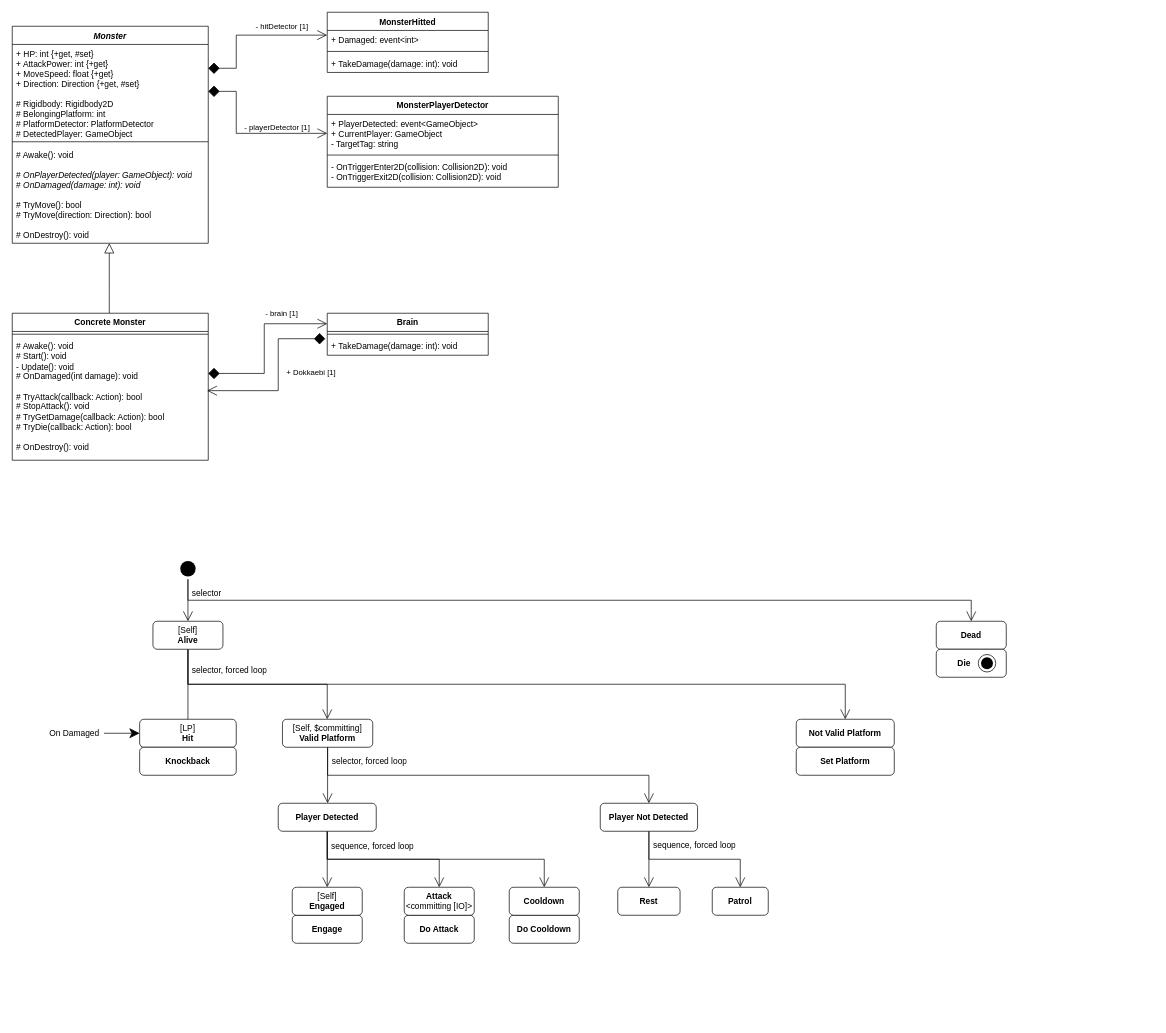
The draw.io diagram Assets/Scripts/Monster/Monster.drawio in clssl15-Org/ProjectH, before the edit. Source tidied: cells renumbered, new cells numbered last; positions are measured from the earlier drawing's top-left corner, leaving out a move shared by most shapes. Both pictures are drawn from the tidied source at 70%, with x=0, y=0 at pixel (12, 12).
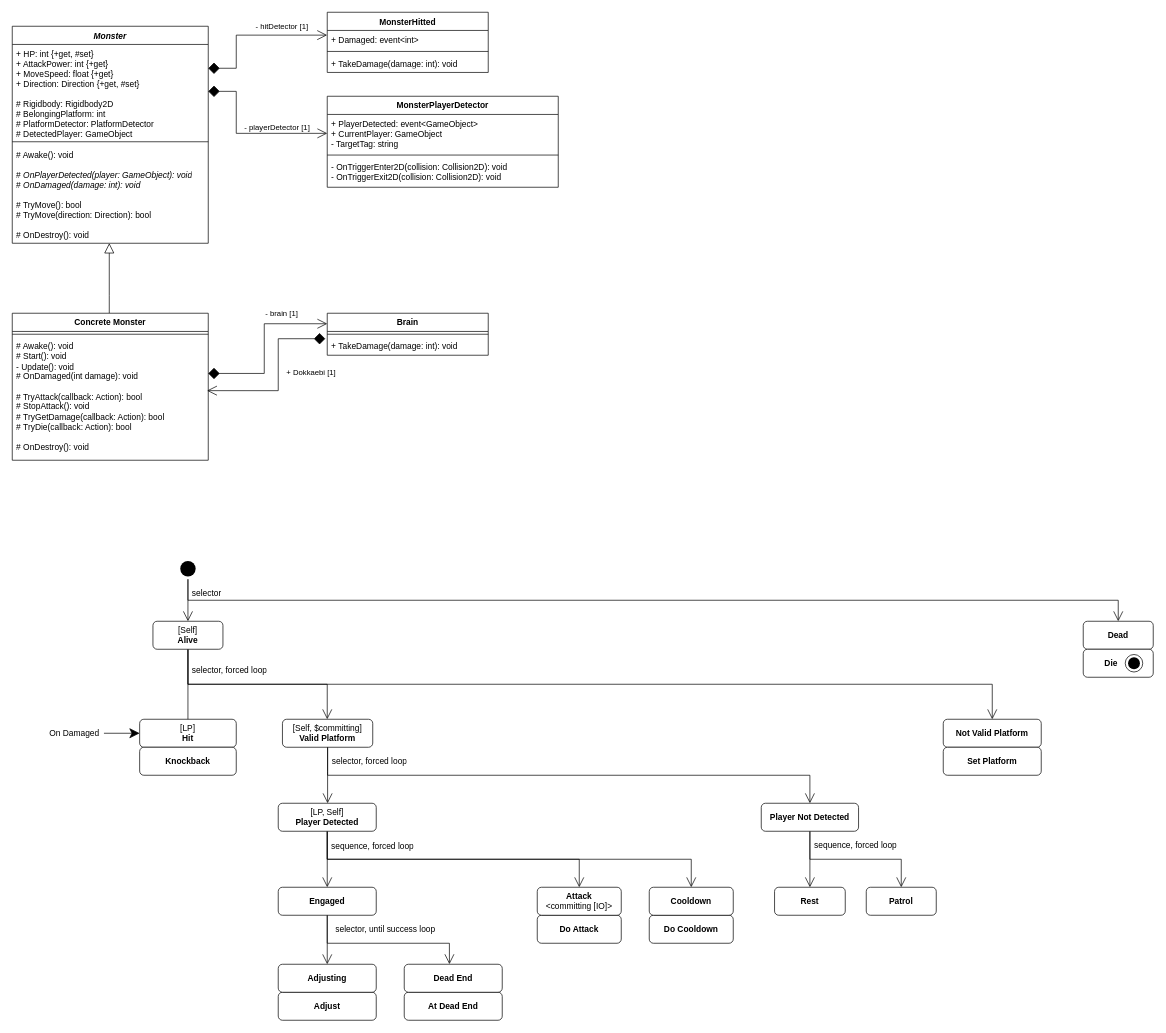
Above is the later version.

The change refers to these unchanged cells:
```xml
<mxCell id="27" style="ellipse;html=1;shape=startState;fillColor=#000000;strokeColor=none;" parent="1" vertex="1">
  <mxGeometry x="236" y="780" width="30" height="30" as="geometry" />
</mxCell>
<mxCell id="31" value="&lt;div&gt;&lt;span style=&quot;background-color: transparent; color: light-dark(rgb(0, 0, 0), rgb(255, 255, 255));&quot;&gt;[Self, $committing]&lt;/span&gt;&lt;/div&gt;&lt;div&gt;&lt;b style=&quot;background-color: transparent; color: light-dark(rgb(0, 0, 0), rgb(255, 255, 255));&quot;&gt;Valid Platform&lt;/b&gt;&lt;/div&gt;" style="rounded=1;whiteSpace=wrap;html=1;" parent="1" vertex="1">
  <mxGeometry x="386" y="1010" width="129" height="40" as="geometry" />
</mxCell>
<mxCell id="35" value="[Self]&lt;div&gt;&lt;b&gt;Alive&lt;/b&gt;&lt;/div&gt;" style="rounded=1;whiteSpace=wrap;html=1;" parent="1" vertex="1">
  <mxGeometry x="201" y="870" width="100" height="40" as="geometry" />
</mxCell>
```

The edit, as a diff of the source:
```diff
@@
     <mxCell id="26" style="edgeStyle=orthogonalEdgeStyle;rounded=0;jettySize=auto;html=1;entryX=0.5;entryY=0;entryDx=0;entryDy=0;endArrow=open;endFill=0;endSize=12;" parent="1" edge="1" source="27" target="36">
       <mxGeometry relative="1" as="geometry">
         <Array as="points">
           <mxPoint x="251" y="840" />
-          <mxPoint x="1370" y="840" />
+          <mxPoint x="1580" y="840" />
         </Array>
       </mxGeometry>
     </mxCell>
@@
     <mxCell id="34" style="edgeStyle=orthogonalEdgeStyle;rounded=0;jettySize=auto;html=1;entryX=0.5;entryY=0;entryDx=0;entryDy=0;strokeColor=default;align=center;verticalAlign=middle;fontFamily=Helvetica;fontSize=11;fontColor=default;labelBackgroundColor=default;endArrow=open;endFill=0;endSize=12;" parent="1" edge="1" source="35" target="47">
       <mxGeometry relative="1" as="geometry">
         <Array as="points">
           <mxPoint x="251" y="960" />
-          <mxPoint x="1190" y="960" />
+          <mxPoint x="1400" y="960" />
         </Array>
       </mxGeometry>
     </mxCell>
@@
     <mxCell id="36" value="&lt;div&gt;&lt;font&gt;&lt;b style=&quot;background-color: transparent; color: light-dark(rgb(0, 0, 0), rgb(255, 255, 255));&quot;&gt;Dead&lt;/b&gt;&lt;/font&gt;&lt;/div&gt;" style="rounded=1;whiteSpace=wrap;html=1;" parent="1" vertex="1">
-      <mxGeometry x="1320" y="870" width="100" height="40" as="geometry" />
+      <mxGeometry x="1530" y="870" width="100" height="40" as="geometry" />
     </mxCell>
     <mxCell id="37" value="&lt;b&gt;Die&amp;nbsp; &amp;nbsp; &amp;nbsp;&amp;nbsp;&lt;/b&gt;" style="rounded=1;whiteSpace=wrap;html=1;" parent="1" vertex="1">
-      <mxGeometry x="1320" y="910" width="100" height="40" as="geometry" />
+      <mxGeometry x="1530" y="910" width="100" height="40" as="geometry" />
     </mxCell>
     <mxCell id="38" style="group;" parent="1" vertex="1">
-      <mxGeometry x="1380" y="917.5" width="25" height="25" as="geometry" />
+      <mxGeometry x="1590" y="917.5" width="25" height="25" as="geometry" />
     </mxCell>
@@
     <mxCell id="44" style="edgeStyle=orthogonalEdgeStyle;rounded=0;jettySize=auto;html=1;endArrow=open;endFill=0;endSize=12;entryX=0.5;entryY=0;entryDx=0;entryDy=0;" parent="1" edge="1" source="31" target="51">
       <mxGeometry relative="1" as="geometry">
         <Array as="points">
           <mxPoint x="451" y="1090" />
-          <mxPoint x="910" y="1090" />
-          <mxPoint x="910" y="1130" />
+          <mxPoint x="1140" y="1090" />
+          <mxPoint x="1140" y="1130" />
         </Array>
       </mxGeometry>
     </mxCell>
@@
     <mxCell id="47" value="&lt;div&gt;&lt;b style=&quot;background-color: transparent; color: light-dark(rgb(0, 0, 0), rgb(255, 255, 255));&quot;&gt;Not Valid Platform&lt;/b&gt;&lt;/div&gt;" style="rounded=1;whiteSpace=wrap;html=1;" parent="1" vertex="1">
-      <mxGeometry x="1120" y="1010" width="140" height="40" as="geometry" />
+      <mxGeometry x="1330" y="1010" width="140" height="40" as="geometry" />
     </mxCell>
     <mxCell id="48" value="&lt;b&gt;Set Platform&lt;/b&gt;" style="rounded=1;whiteSpace=wrap;html=1;" parent="1" vertex="1">
-      <mxGeometry x="1120" y="1050" width="140" height="40" as="geometry" />
+      <mxGeometry x="1330" y="1050" width="140" height="40" as="geometry" />
     </mxCell>
@@
     <mxCell id="50" style="edgeStyle=orthogonalEdgeStyle;shape=connector;rounded=0;jettySize=auto;html=1;entryX=0.5;entryY=0;entryDx=0;entryDy=0;strokeColor=default;align=center;verticalAlign=middle;fontFamily=Helvetica;fontSize=11;fontColor=default;labelBackgroundColor=default;endArrow=open;endFill=0;endSize=12;" parent="1" edge="1" source="51" target="53">
       <mxGeometry relative="1" as="geometry">
         <Array as="points">
-          <mxPoint x="910" y="1210" />
-          <mxPoint x="1040" y="1210" />
+          <mxPoint x="1140" y="1210" />
+          <mxPoint x="1270" y="1210" />
         </Array>
       </mxGeometry>
     </mxCell>
     <mxCell id="51" value="&lt;div&gt;&lt;b style=&quot;background-color: transparent; color: light-dark(rgb(0, 0, 0), rgb(255, 255, 255));&quot;&gt;Player Not Detected&lt;/b&gt;&lt;/div&gt;" style="rounded=1;whiteSpace=wrap;html=1;" parent="1" vertex="1">
-      <mxGeometry x="840" y="1130" width="139" height="40" as="geometry" />
+      <mxGeometry x="1070" y="1130" width="139" height="40" as="geometry" />
     </mxCell>
     <mxCell id="52" value="&lt;div style=&quot;&quot;&gt;sequence, forced loop&lt;/div&gt;" style="text;html=1;strokeColor=none;fillColor=none;align=left;verticalAlign=middle;whiteSpace=wrap;overflow=hidden;" parent="1" vertex="1">
-      <mxGeometry x="914" y="1180" width="146" height="20" as="geometry" />
+      <mxGeometry x="1144" y="1180" width="146" height="20" as="geometry" />
     </mxCell>
     <mxCell id="53" value="&lt;div&gt;&lt;b style=&quot;background-color: transparent; color: light-dark(rgb(0, 0, 0), rgb(255, 255, 255));&quot;&gt;Patrol&lt;/b&gt;&lt;/div&gt;" style="rounded=1;whiteSpace=wrap;html=1;" parent="1" vertex="1">
-      <mxGeometry x="1000" y="1250" width="80" height="40" as="geometry" />
+      <mxGeometry x="1220" y="1250" width="100" height="40" as="geometry" />
     </mxCell>
     <mxCell id="54" value="&lt;div&gt;&lt;b style=&quot;background-color: transparent; color: light-dark(rgb(0, 0, 0), rgb(255, 255, 255));&quot;&gt;Rest&lt;/b&gt;&lt;/div&gt;" style="rounded=1;whiteSpace=wrap;html=1;" parent="1" vertex="1">
-      <mxGeometry x="865" y="1250" width="89" height="40" as="geometry" />
+      <mxGeometry x="1089" y="1250" width="101" height="40" as="geometry" />
     </mxCell>
-    <mxCell id="55" value="&lt;b&gt;Engage&lt;/b&gt;" style="rounded=1;whiteSpace=wrap;html=1;" parent="1" vertex="1">
-      <mxGeometry x="400" y="1290" width="100" height="40" as="geometry" />
+    <mxCell id="55" value="&lt;b&gt;Adjust&lt;/b&gt;" style="rounded=1;whiteSpace=wrap;html=1;" parent="1" vertex="1">
+      <mxGeometry x="380" y="1400" width="140" height="40" as="geometry" />
     </mxCell>
-    <mxCell id="56" value="[Self]&lt;div&gt;&lt;b&gt;Engaged&lt;/b&gt;&lt;/div&gt;" style="rounded=1;whiteSpace=wrap;html=1;" parent="1" vertex="1">
-      <mxGeometry x="400" y="1250" width="100" height="40" as="geometry" />
+    <mxCell id="56" value="&lt;div&gt;&lt;b&gt;Adjusting&lt;/b&gt;&lt;/div&gt;" style="rounded=1;whiteSpace=wrap;html=1;" parent="1" vertex="1">
+      <mxGeometry x="380" y="1360" width="140" height="40" as="geometry" />
     </mxCell>
     <mxCell id="57" value="&lt;b&gt;Do Attack&lt;/b&gt;" style="rounded=1;whiteSpace=wrap;html=1;" parent="1" vertex="1">
-      <mxGeometry x="560" y="1290" width="100" height="40" as="geometry" />
+      <mxGeometry x="750" y="1290" width="120" height="40" as="geometry" />
     </mxCell>
     <mxCell id="58" value="&lt;b&gt;Attack&lt;/b&gt;&lt;div&gt;&amp;lt;committing [IO]&amp;gt;&lt;/div&gt;" style="rounded=1;whiteSpace=wrap;html=1;" parent="1" vertex="1">
-      <mxGeometry x="560" y="1250" width="100" height="40" as="geometry" />
+      <mxGeometry x="750" y="1250" width="120" height="40" as="geometry" />
     </mxCell>
-    <mxCell id="59" style="edgeStyle=orthogonalEdgeStyle;shape=connector;rounded=0;jettySize=auto;html=1;entryX=0.5;entryY=0;entryDx=0;entryDy=0;strokeColor=default;align=center;verticalAlign=middle;fontFamily=Helvetica;fontSize=11;fontColor=default;labelBackgroundColor=default;endArrow=open;endFill=0;endSize=12;" parent="1" edge="1" source="62" target="56">
+    <mxCell id="59" style="edgeStyle=orthogonalEdgeStyle;shape=connector;rounded=0;jettySize=auto;html=1;strokeColor=default;align=center;verticalAlign=middle;fontFamily=Helvetica;fontSize=11;fontColor=default;labelBackgroundColor=default;endArrow=open;endFill=0;endSize=12;entryX=0.5;entryY=0;entryDx=0;entryDy=0;" parent="1" edge="1" source="62" target="67">
       <mxGeometry relative="1" as="geometry" />
     </mxCell>
     <mxCell id="60" style="edgeStyle=orthogonalEdgeStyle;shape=connector;rounded=0;jettySize=auto;html=1;entryX=0.5;entryY=0;entryDx=0;entryDy=0;strokeColor=default;align=center;verticalAlign=middle;fontFamily=Helvetica;fontSize=11;fontColor=default;labelBackgroundColor=default;endArrow=open;endFill=0;endSize=12;" parent="1" edge="1" source="62" target="58">
       <mxGeometry relative="1" as="geometry">
         <Array as="points">
           <mxPoint x="450" y="1210" />
-          <mxPoint x="610" y="1210" />
+          <mxPoint x="810" y="1210" />
         </Array>
       </mxGeometry>
     </mxCell>
     <mxCell id="61" style="edgeStyle=orthogonalEdgeStyle;shape=connector;rounded=0;jettySize=auto;html=1;entryX=0.5;entryY=0;entryDx=0;entryDy=0;strokeColor=default;align=center;verticalAlign=middle;fontFamily=Helvetica;fontSize=11;fontColor=default;labelBackgroundColor=default;endArrow=open;endFill=0;endSize=12;" parent="1" edge="1" source="62" target="65">
       <mxGeometry relative="1" as="geometry">
         <Array as="points">
           <mxPoint x="450" y="1210" />
-          <mxPoint x="760" y="1210" />
+          <mxPoint x="970" y="1210" />
         </Array>
       </mxGeometry>
     </mxCell>
-    <mxCell id="62" value="&lt;div&gt;&lt;b style=&quot;background-color: transparent; color: light-dark(rgb(0, 0, 0), rgb(255, 255, 255));&quot;&gt;Player Detected&lt;/b&gt;&lt;/div&gt;" style="rounded=1;whiteSpace=wrap;html=1;" parent="1" vertex="1">
+    <mxCell id="62" value="&lt;div&gt;[LP, Self]&lt;/div&gt;&lt;div&gt;&lt;b style=&quot;background-color: transparent; color: light-dark(rgb(0, 0, 0), rgb(255, 255, 255));&quot;&gt;Player Detected&lt;/b&gt;&lt;/div&gt;" style="rounded=1;whiteSpace=wrap;html=1;" parent="1" vertex="1">
       <mxGeometry x="380" y="1130" width="140" height="40" as="geometry" />
     </mxCell>
@@
     <mxCell id="64" value="&lt;b&gt;Do&amp;nbsp;&lt;/b&gt;&lt;b&gt;Cooldown&lt;/b&gt;" style="rounded=1;whiteSpace=wrap;html=1;" parent="1" vertex="1">
-      <mxGeometry x="710" y="1290" width="100" height="40" as="geometry" />
+      <mxGeometry x="910" y="1290" width="120" height="40" as="geometry" />
     </mxCell>
     <mxCell id="65" value="&lt;b&gt;Cooldown&lt;/b&gt;" style="rounded=1;whiteSpace=wrap;html=1;" parent="1" vertex="1">
-      <mxGeometry x="710" y="1250" width="100" height="40" as="geometry" />
+      <mxGeometry x="910" y="1250" width="120" height="40" as="geometry" />
     </mxCell>
+    <mxCell id="66" style="edgeStyle=orthogonalEdgeStyle;shape=connector;rounded=0;jettySize=auto;html=1;strokeColor=default;align=center;verticalAlign=middle;fontFamily=Helvetica;fontSize=11;fontColor=default;labelBackgroundColor=default;endArrow=open;endFill=0;endSize=12;" parent="1" edge="1" source="67" target="56">
+      <mxGeometry relative="1" as="geometry" />
+    </mxCell>
+    <mxCell id="67" value="&lt;div&gt;&lt;b style=&quot;background-color: transparent; color: light-dark(rgb(0, 0, 0), rgb(255, 255, 255));&quot;&gt;Engaged&lt;/b&gt;&lt;/div&gt;" style="rounded=1;whiteSpace=wrap;html=1;" parent="1" vertex="1">
+      <mxGeometry x="380" y="1250" width="140" height="40" as="geometry" />
+    </mxCell>
+    <mxCell id="68" value="&lt;b&gt;At Dead End&lt;/b&gt;" style="rounded=1;whiteSpace=wrap;html=1;" parent="1" vertex="1">
+      <mxGeometry x="560" y="1400" width="140" height="40" as="geometry" />
+    </mxCell>
+    <mxCell id="69" value="&lt;div&gt;&lt;b&gt;Dead End&lt;/b&gt;&lt;/div&gt;" style="rounded=1;whiteSpace=wrap;html=1;" parent="1" vertex="1">
+      <mxGeometry x="560" y="1360" width="140" height="40" as="geometry" />
+    </mxCell>
+    <mxCell id="70" style="edgeStyle=orthogonalEdgeStyle;shape=connector;rounded=0;jettySize=auto;html=1;entryX=0.461;entryY=-0.004;entryDx=0;entryDy=0;entryPerimeter=0;strokeColor=default;align=center;verticalAlign=middle;fontFamily=Helvetica;fontSize=11;fontColor=default;labelBackgroundColor=default;endArrow=open;endFill=0;endSize=12;" parent="1" edge="1" source="67" target="69">
+      <mxGeometry relative="1" as="geometry">
+        <Array as="points">
+          <mxPoint x="450" y="1330" />
+          <mxPoint x="625" y="1330" />
+        </Array>
+      </mxGeometry>
+    </mxCell>
+    <mxCell id="71" value="&lt;div style=&quot;&quot;&gt;selector, until success loop&lt;/div&gt;" style="text;html=1;strokeColor=none;fillColor=none;align=left;verticalAlign=middle;whiteSpace=wrap;overflow=hidden;" parent="1" vertex="1">
+      <mxGeometry x="460" y="1300" width="160" height="20" as="geometry" />
+    </mxCell>
```
